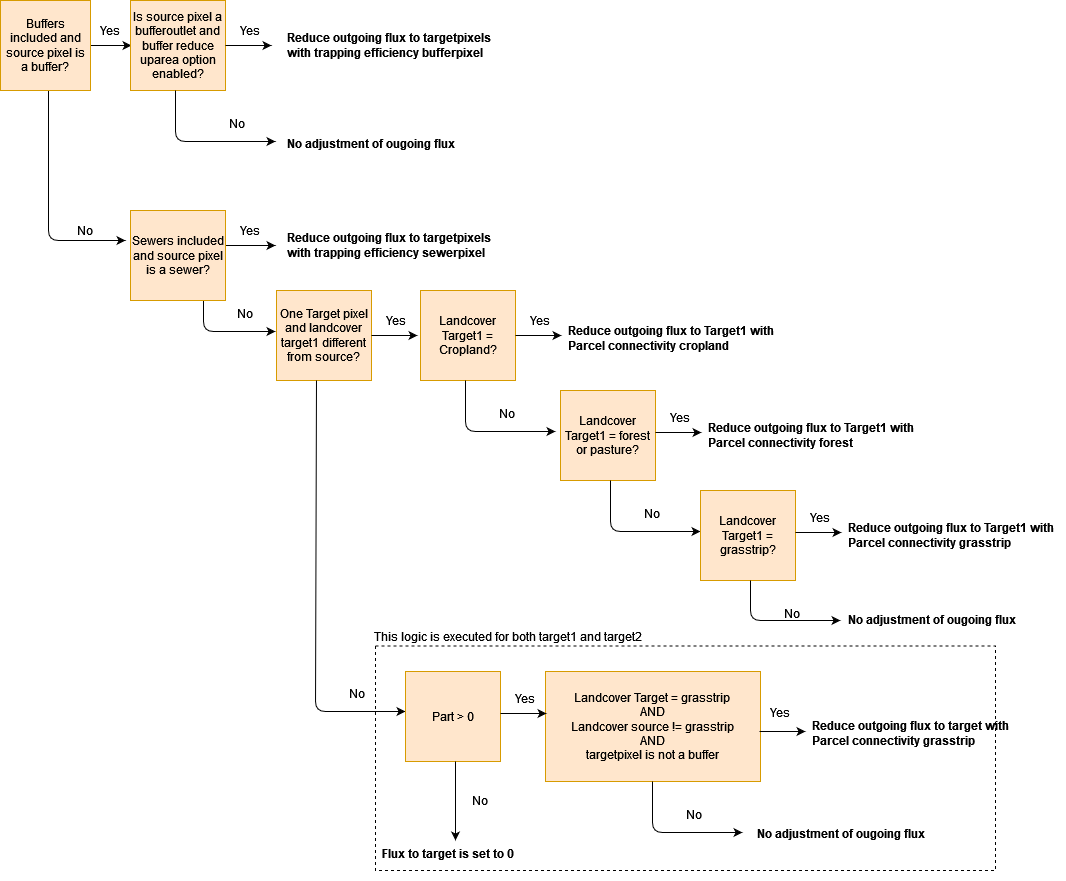
Above: docs/_static/png/sketch_distribute_uparea.png in watem-sedem/watem-sedem (draw.io), before the change. Source tidied: cells renumbered, new cells last; positions are measured from the earlier drawing's top-left corner, leaving out a move shared by most shapes.
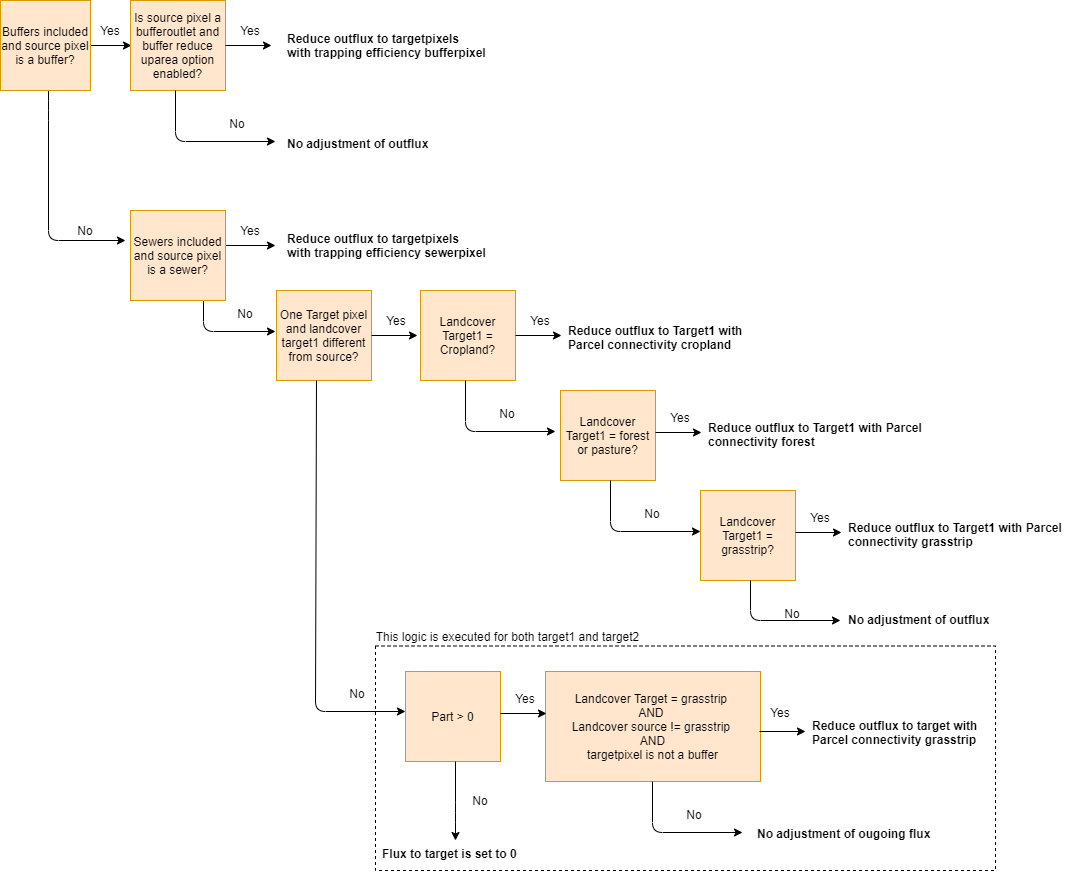
After the commit.

Commit message:
update on definitions influx, outflux and upstream area

The edit, as a diff of the source:
```diff
@@ -36,8 +36,8 @@
     <mxCell id="8" value="Yes" style="text;html=1;strokeColor=none;fillColor=none;align=center;verticalAlign=middle;whiteSpace=wrap;rounded=0;" parent="1" vertex="1">
       <mxGeometry x="230" y="220" width="40" height="20" as="geometry" />
     </mxCell>
-    <mxCell id="9" value="&lt;div align=&quot;left&quot;&gt;Reduce outgoing flux to targetpixels &lt;br&gt;&lt;/div&gt;&lt;div align=&quot;left&quot;&gt;with trapping efficiency sewerpixel&lt;br&gt;&lt;/div&gt;" style="text;html=1;align=left;verticalAlign=middle;fontStyle=1;" parent="1" vertex="1">
-      <mxGeometry x="285" y="230" width="220" height="30" as="geometry" />
+    <mxCell id="9" value="&lt;div align=&quot;left&quot;&gt;Reduce outflux to targetpixels &lt;br&gt;&lt;/div&gt;&lt;div align=&quot;left&quot;&gt;with trapping efficiency sewerpixel&lt;br&gt;&lt;/div&gt;" style="text;html=1;align=left;verticalAlign=middle;fontStyle=1;" parent="1" vertex="1">
+      <mxGeometry x="285" y="230" width="210" height="30" as="geometry" />
     </mxCell>
     <mxCell id="10" style="endArrow=classic;html=1;align=left;" parent="1" edge="1">
       <mxGeometry relative="1" as="geometry">
@@ -75,10 +75,10 @@
     <mxCell id="16" value="No" style="text;html=1;strokeColor=none;fillColor=none;align=center;verticalAlign=middle;whiteSpace=wrap;rounded=0;" parent="1" vertex="1">
       <mxGeometry x="217" y="113" width="40" height="20" as="geometry" />
     </mxCell>
-    <mxCell id="17" value="&lt;div align=&quot;left&quot;&gt;Reduce outgoing flux to targetpixels&lt;/div&gt;&lt;div align=&quot;left&quot;&gt; with trapping efficiency bufferpixel&lt;/div&gt;" style="text;html=1;align=left;verticalAlign=middle;fontStyle=1;" parent="1" vertex="1">
-      <mxGeometry x="285" y="30" width="220" height="30" as="geometry" />
+    <mxCell id="17" value="&lt;div align=&quot;left&quot;&gt;Reduce outflux to targetpixels&lt;/div&gt;&lt;div align=&quot;left&quot;&gt; with trapping efficiency bufferpixel&lt;/div&gt;" style="text;html=1;align=left;verticalAlign=middle;fontStyle=1;" parent="1" vertex="1">
+      <mxGeometry x="285" y="30" width="210" height="30" as="geometry" />
     </mxCell>
-    <mxCell id="18" value="&lt;b&gt;No adjustment of ougoing flux&lt;br&gt;&lt;/b&gt;" style="text;whiteSpace=wrap;html=1;" parent="1" vertex="1">
+    <mxCell id="18" value="&lt;b&gt;No adjustment of outflux&lt;br&gt;&lt;/b&gt;" style="text;whiteSpace=wrap;html=1;" parent="1" vertex="1">
       <mxGeometry x="285" y="130" width="180" height="40" as="geometry" />
     </mxCell>
     <mxCell id="19" value="Buffers included and source pixel is a buffer?" style="whiteSpace=wrap;html=1;fillColor=#ffe6cc;strokeColor=#d79b00;" parent="1" vertex="1">
@@ -111,7 +111,7 @@
     <mxCell id="26" value="Yes" style="text;html=1;strokeColor=none;fillColor=none;align=center;verticalAlign=middle;whiteSpace=wrap;rounded=0;" parent="1" vertex="1">
       <mxGeometry x="520" y="310" width="40" height="20" as="geometry" />
     </mxCell>
-    <mxCell id="27" value="&lt;b&gt;Reduce outgoing flux to Target1 with Parcel connectivity cropland &lt;br&gt;&lt;/b&gt;" style="text;whiteSpace=wrap;html=1;" parent="1" vertex="1">
+    <mxCell id="27" value="&lt;b&gt;Reduce outflux to Target1 with Parcel connectivity cropland &lt;br&gt;&lt;/b&gt;" style="text;whiteSpace=wrap;html=1;" parent="1" vertex="1">
       <mxGeometry x="566" y="317" width="209" height="40" as="geometry" />
     </mxCell>
     <mxCell id="28" style="endArrow=classic;html=1;align=left;" parent="1" edge="1">
@@ -138,7 +138,7 @@
     <mxCell id="32" value="Yes" style="text;html=1;strokeColor=none;fillColor=none;align=center;verticalAlign=middle;whiteSpace=wrap;rounded=0;" parent="1" vertex="1">
       <mxGeometry x="660" y="407" width="40" height="20" as="geometry" />
     </mxCell>
-    <mxCell id="33" value="&lt;b&gt;Reduce outgoing flux to Target1 with Parcel connectivity forest&lt;br&gt;&lt;/b&gt;" style="text;whiteSpace=wrap;html=1;" parent="1" vertex="1">
+    <mxCell id="33" value="&lt;b&gt;Reduce outflux to Target1 with Parcel connectivity forest&lt;br&gt;&lt;/b&gt;" style="text;whiteSpace=wrap;html=1;" parent="1" vertex="1">
       <mxGeometry x="706" y="414" width="219" height="40" as="geometry" />
     </mxCell>
     <mxCell id="34" style="endArrow=classic;html=1;align=left;" parent="1" edge="1">
@@ -165,7 +165,7 @@
     <mxCell id="38" value="Yes" style="text;html=1;strokeColor=none;fillColor=none;align=center;verticalAlign=middle;whiteSpace=wrap;rounded=0;" parent="1" vertex="1">
       <mxGeometry x="800" y="507" width="40" height="20" as="geometry" />
     </mxCell>
-    <mxCell id="39" value="&lt;b&gt;Reduce outgoing flux to Target1 with Parcel connectivity grasstrip&lt;br&gt;&lt;/b&gt;" style="text;whiteSpace=wrap;html=1;" parent="1" vertex="1">
+    <mxCell id="39" value="&lt;b&gt;Reduce outflux to Target1 with Parcel connectivity grasstrip&lt;br&gt;&lt;/b&gt;" style="text;whiteSpace=wrap;html=1;" parent="1" vertex="1">
       <mxGeometry x="846" y="514" width="219" height="40" as="geometry" />
     </mxCell>
     <mxCell id="40" style="endArrow=classic;html=1;align=left;" parent="1" edge="1">
@@ -197,7 +197,7 @@
     <mxCell id="45" value="Yes" style="text;html=1;strokeColor=none;fillColor=none;align=center;verticalAlign=middle;whiteSpace=wrap;rounded=0;" parent="1" vertex="1">
       <mxGeometry x="760" y="702" width="40" height="20" as="geometry" />
     </mxCell>
-    <mxCell id="46" value="&lt;b&gt;Reduce outgoing flux to target with Parcel connectivity grasstrip&lt;br&gt;&lt;/b&gt;" style="text;whiteSpace=wrap;html=1;" parent="1" vertex="1">
+    <mxCell id="46" value="&lt;b&gt;Reduce outflux to target with Parcel connectivity grasstrip&lt;br&gt;&lt;/b&gt;" style="text;whiteSpace=wrap;html=1;" parent="1" vertex="1">
       <mxGeometry x="810" y="712" width="205" height="40" as="geometry" />
     </mxCell>
     <mxCell id="47" style="endArrow=classic;html=1;entryX=0;entryY=0.5;entryDx=0;entryDy=0;align=left;verticalAlign=top;" parent="1" edge="1">
@@ -248,7 +248,7 @@
     <mxCell id="56" value="This logic is executed for both target1 and target2" style="text;html=1;strokeColor=none;fillColor=none;align=center;verticalAlign=middle;whiteSpace=wrap;rounded=0;dashed=1;" parent="1" vertex="1">
       <mxGeometry x="349.5" y="621" width="315" height="30" as="geometry" />
     </mxCell>
-    <mxCell id="57" value="&lt;b&gt;No adjustment of ougoing flux&lt;br&gt;&lt;/b&gt;" style="text;whiteSpace=wrap;html=1;" parent="1" vertex="1">
+    <mxCell id="57" value="&lt;b&gt;No adjustment of outflux&lt;br&gt;&lt;/b&gt;" style="text;whiteSpace=wrap;html=1;" parent="1" vertex="1">
       <mxGeometry x="846" y="605.5" width="180" height="40" as="geometry" />
     </mxCell>
     <mxCell id="58" value="&lt;b&gt;No adjustment of ougoing flux&lt;br&gt;&lt;/b&gt;" style="text;whiteSpace=wrap;html=1;" parent="1" vertex="1">
```
